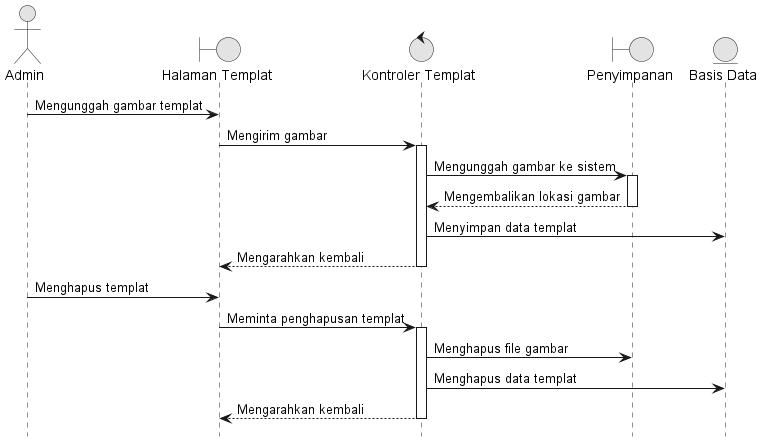
Before: docs/diagrams/08_Kelola_Template.png, a diagram exported from PlantUML (Reyonl/project_TA).
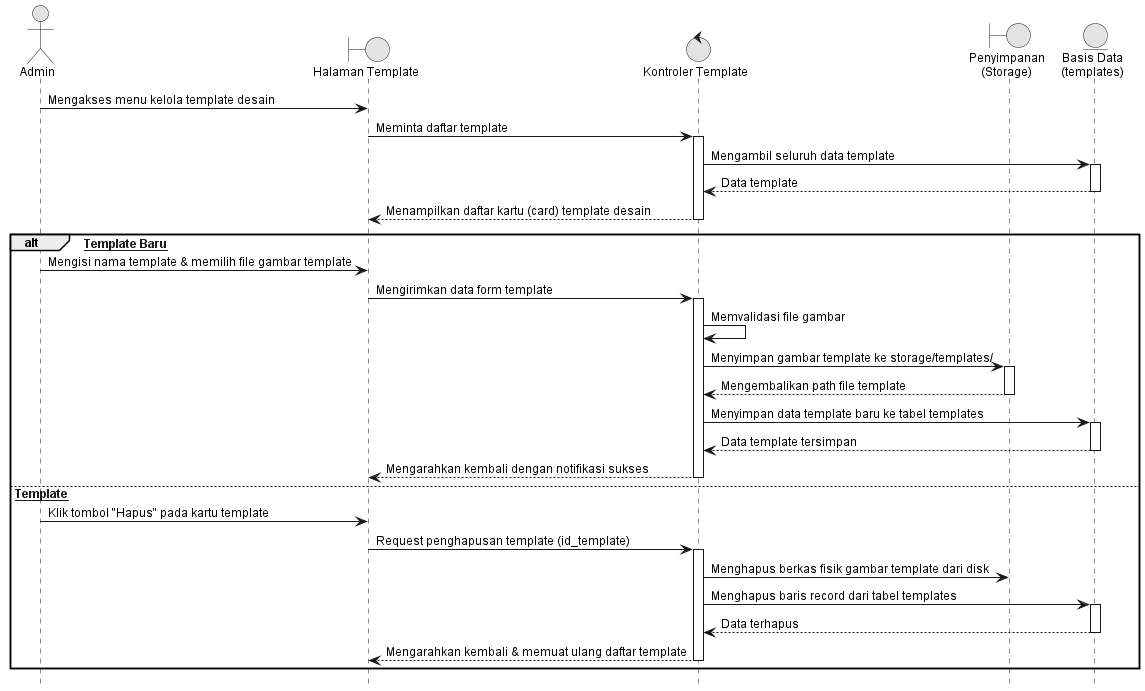
The same file after the commit.

Diff of the diagram source:
```diff
@@ -1,30 +1,52 @@
 @startuml 08_Kelola_Template
 hide footbox
+skinparam backgroundColor white
 skinparam monochrome true
 skinparam shadowing false
+skinparam DefaultFontName Arial
+skinparam DefaultFontSize 12
 
 actor "Admin" as Admin
-boundary "Halaman Templat" as View
-control "Kontroler Templat" as Controller
-boundary "Penyimpanan" as Storage
-entity "Basis Data" as DB
+boundary "Halaman Template" as View
+control "Kontroler Template" as Controller
+boundary "Penyimpanan\n(Storage)" as Storage
+entity "Basis Data\n(templates)" as DB
 
-Admin -> View : Mengunggah gambar templat
-View -> Controller : Mengirim gambar
+Admin -> View : Mengakses menu kelola template desain
+View -> Controller : Meminta daftar template
 activate Controller
-Controller -> Storage : Mengunggah gambar ke sistem
-activate Storage
-Storage --> Controller : Mengembalikan lokasi gambar
-deactivate Storage
-Controller -> DB : Menyimpan data templat
-Controller --> View : Mengarahkan kembali
+Controller -> DB : Mengambil seluruh data template
+activate DB
+DB --> Controller : Data template
+deactivate DB
+Controller --> View : Menampilkan daftar kartu (card) template desain
 deactivate Controller
 
-Admin -> View : Menghapus templat
-View -> Controller : Meminta penghapusan templat
-activate Controller
-Controller -> Storage : Menghapus file gambar
-Controller -> DB : Menghapus data templat
-Controller --> View : Mengarahkan kembali
-deactivate Controller
+alt [Tambah Template Baru]
+    Admin -> View : Mengisi nama template & memilih file gambar template
+    View -> Controller : Mengirimkan data form template
+    activate Controller
+    Controller -> Controller : Memvalidasi file gambar
+    Controller -> Storage : Menyimpan gambar template ke storage/templates/
+    activate Storage
+    Storage --> Controller : Mengembalikan path file template
+    deactivate Storage
+    Controller -> DB : Menyimpan data template baru ke tabel templates
+    activate DB
+    DB --> Controller : Data template tersimpan
+    deactivate DB
+    Controller --> View : Mengarahkan kembali dengan notifikasi sukses
+    deactivate Controller
+else [Hapus Template]
+    Admin -> View : Klik tombol "Hapus" pada kartu template
+    View -> Controller : Request penghapusan template (id_template)
+    activate Controller
+    Controller -> Storage : Menghapus berkas fisik gambar template dari disk
+    Controller -> DB : Menghapus baris record dari tabel templates
+    activate DB
+    DB --> Controller : Data terhapus
+    deactivate DB
+    Controller --> View : Mengarahkan kembali & memuat ulang daftar template
+    deactivate Controller
+end
 @enduml
```
